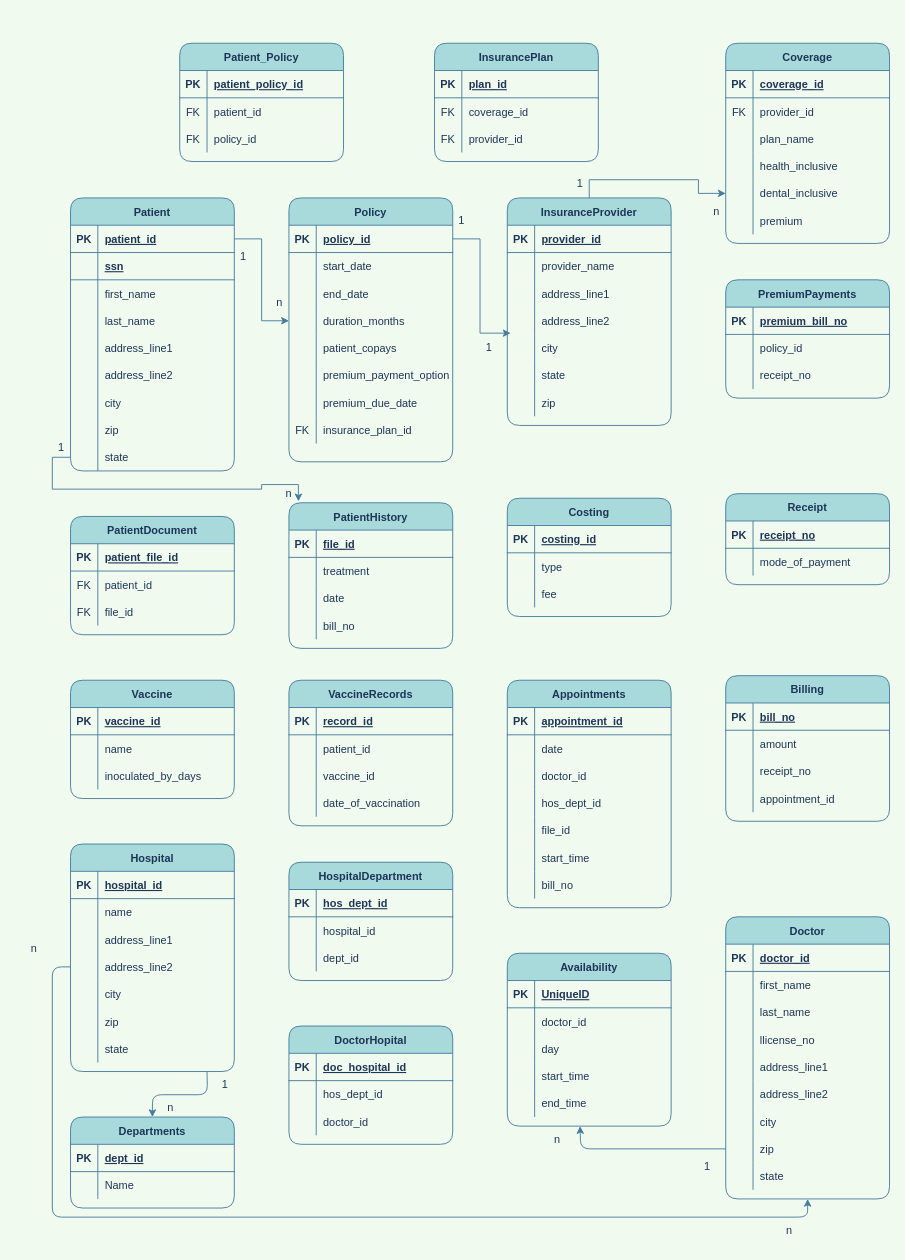
The draw.io diagram Untitled Diagram.drawio in pranotidhabu/java-practice, before the edit. Source tidied: cells renumbered, new cells numbered last; positions are measured from the earlier drawing's top-left corner, leaving out a move shared by most shapes. Both pictures are drawn from the tidied source at 91%, with x=0, y=0 at pixel (15, 43).
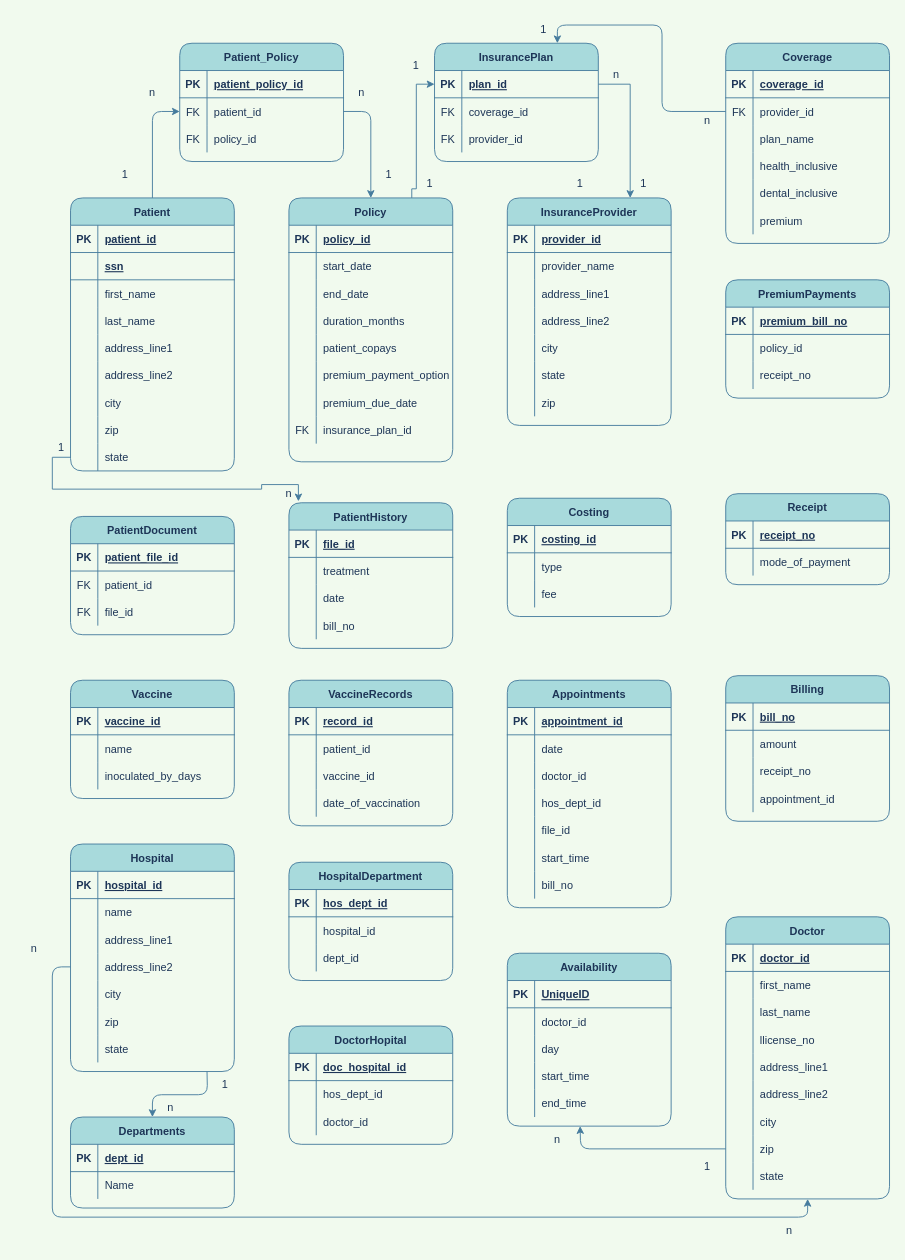
The same page after the edit.

Unchanged cells that the change refers to:
```xml
<mxCell id="2" value="Patient" style="shape=table;startSize=30;childLayout=tableLayout;rowLines=0;fontStyle=1;align=center;fillColor=#A8DADC;strokeColor=#457B9D;fontColor=#1D3557;rounded=1;" parent="1" vertex="1">
  <mxGeometry x="60" y="170" width="180" height="300" as="geometry" />
</mxCell>
<mxCell id="3" style="shape=tableRow;horizontal=0;startSize=0;swimlaneHead=0;swimlaneBody=0;fillColor=none;points=[[0,0.5],[1,0.5]];portConstraint=eastwest;top=0;left=0;right=0;bottom=1;strokeColor=#457B9D;fontColor=#1D3557;rounded=1;" parent="2" vertex="1">
  <mxGeometry y="30" width="180" height="30" as="geometry" />
</mxCell>
<mxCell id="34" style="shape=tableRow;horizontal=0;startSize=0;swimlaneHead=0;swimlaneBody=0;fillColor=none;points=[[0,0.5],[1,0.5]];portConstraint=eastwest;top=0;left=0;right=0;bottom=0;rounded=1;fontColor=#1D3557;strokeColor=#457B9D;" parent="30" vertex="1">
  <mxGeometry y="60" width="180" height="30" as="geometry" />
</mxCell>
<mxCell id="40" value="Policy" style="shape=table;startSize=30;childLayout=tableLayout;rowLines=0;fontStyle=1;align=center;rounded=1;fontColor=#1D3557;strokeColor=#457B9D;fillColor=#A8DADC;" parent="1" vertex="1">
  <mxGeometry x="300" y="170" width="180" height="290" as="geometry" />
</mxCell>
<mxCell id="41" style="shape=tableRow;horizontal=0;startSize=0;swimlaneHead=0;swimlaneBody=0;fillColor=none;points=[[0,0.5],[1,0.5]];portConstraint=eastwest;top=0;left=0;right=0;bottom=1;rounded=1;fontColor=#1D3557;strokeColor=#457B9D;" parent="40" vertex="1">
  <mxGeometry y="30" width="180" height="30" as="geometry" />
</mxCell>
<mxCell id="50" style="shape=tableRow;horizontal=0;startSize=0;swimlaneHead=0;swimlaneBody=0;fillColor=none;points=[[0,0.5],[1,0.5]];portConstraint=eastwest;top=0;left=0;right=0;bottom=0;rounded=1;fontColor=#1D3557;strokeColor=#457B9D;" parent="40" vertex="1">
  <mxGeometry y="120" width="180" height="30" as="geometry" />
</mxCell>
<mxCell id="65" value="InsurancePlan" style="shape=table;startSize=30;childLayout=tableLayout;rowLines=0;fontStyle=1;align=center;rounded=1;fontColor=#1D3557;strokeColor=#457B9D;fillColor=#A8DADC;" parent="1" vertex="1">
  <mxGeometry x="460" width="180" height="130" as="geometry" />
</mxCell>
<mxCell id="66" style="shape=tableRow;horizontal=0;startSize=0;swimlaneHead=0;swimlaneBody=0;fillColor=none;points=[[0,0.5],[1,0.5]];portConstraint=eastwest;top=0;left=0;right=0;bottom=1;rounded=1;fontColor=#1D3557;strokeColor=#457B9D;" parent="65" vertex="1">
  <mxGeometry y="30" width="180" height="30" as="geometry" />
</mxCell>
<mxCell id="79" style="shape=tableRow;horizontal=0;startSize=0;swimlaneHead=0;swimlaneBody=0;fillColor=none;points=[[0,0.5],[1,0.5]];portConstraint=eastwest;top=0;left=0;right=0;bottom=0;rounded=1;fontColor=#1D3557;strokeColor=#457B9D;" parent="75" vertex="1">
  <mxGeometry y="60" width="180" height="30" as="geometry" />
</mxCell>
<mxCell id="88" style="shape=tableRow;horizontal=0;startSize=0;swimlaneHead=0;swimlaneBody=0;fillColor=none;points=[[0,0.5],[1,0.5]];portConstraint=eastwest;top=0;left=0;right=0;bottom=0;rounded=1;fontColor=#1D3557;strokeColor=#457B9D;" parent="75" vertex="1">
  <mxGeometry y="150" width="180" height="30" as="geometry" />
</mxCell>
<mxCell id="95" value="InsuranceProvider" style="shape=table;startSize=30;childLayout=tableLayout;rowLines=0;fontStyle=1;align=center;rounded=1;fontColor=#1D3557;strokeColor=#457B9D;fillColor=#A8DADC;" parent="1" vertex="1">
  <mxGeometry x="540" y="170" width="180" height="250" as="geometry" />
</mxCell>
<mxCell id="108" style="shape=tableRow;horizontal=0;startSize=0;swimlaneHead=0;swimlaneBody=0;fillColor=none;points=[[0,0.5],[1,0.5]];portConstraint=eastwest;top=0;left=0;right=0;bottom=0;rounded=1;fontColor=#1D3557;strokeColor=#457B9D;" parent="95" vertex="1">
  <mxGeometry y="150" width="180" height="30" as="geometry" />
</mxCell>
<mxCell id="324" value="1" style="text;html=1;strokeColor=none;fillColor=none;align=center;verticalAlign=middle;whiteSpace=wrap;rounded=0;fontColor=#1D3557;" parent="1" vertex="1">
  <mxGeometry x="610" y="140" width="20" height="30" as="geometry" />
</mxCell>
```

The edit, as a diff of the source:
```diff
@@
+    <mxCell id="338" style="edgeStyle=orthogonalEdgeStyle;curved=0;rounded=1;jettySize=auto;html=1;exitX=0.5;exitY=0;exitDx=0;exitDy=0;entryX=0;entryY=0.5;entryDx=0;entryDy=0;fontColor=#1D3557;strokeColor=#457B9D;fillColor=#A8DADC;" parent="1" edge="1" source="2" target="34">
+      <mxGeometry relative="1" as="geometry" />
+    </mxCell>
@@
-    <mxCell id="94" style="edgeStyle=orthogonalEdgeStyle;rounded=0;jettySize=auto;html=1;exitX=0.5;exitY=0;exitDx=0;exitDy=0;entryX=0;entryY=0.5;entryDx=0;entryDy=0;labelBackgroundColor=#F1FAEE;strokeColor=#457B9D;fontColor=#1D3557;" parent="1" edge="1" source="95" target="88">
+    <mxCell id="94" style="edgeStyle=orthogonalEdgeStyle;rounded=0;jettySize=auto;html=1;exitX=1;exitY=0.5;exitDx=0;exitDy=0;entryX=0.75;entryY=0;entryDx=0;entryDy=0;labelBackgroundColor=#F1FAEE;strokeColor=#457B9D;fontColor=#1D3557;" parent="1" edge="1" source="66" target="95">
       <mxGeometry relative="1" as="geometry" />
     </mxCell>
@@
-    <mxCell id="318" style="edgeStyle=orthogonalEdgeStyle;rounded=0;jettySize=auto;html=1;exitX=1;exitY=0.5;exitDx=0;exitDy=0;labelBackgroundColor=#F1FAEE;strokeColor=#457B9D;fontColor=#1D3557;" parent="1" edge="1" source="3" target="50">
-      <mxGeometry relative="1" as="geometry" />
-    </mxCell>
-    <mxCell id="319" value="1" style="text;html=1;strokeColor=none;fillColor=none;align=center;verticalAlign=middle;whiteSpace=wrap;rounded=0;fontColor=#1D3557;" parent="1" vertex="1">
-      <mxGeometry x="240" y="220" width="20" height="30" as="geometry" />
-    </mxCell>
-    <mxCell id="320" value="n" style="text;html=1;strokeColor=none;fillColor=none;align=center;verticalAlign=middle;whiteSpace=wrap;rounded=0;fontColor=#1D3557;" parent="1" vertex="1">
-      <mxGeometry x="280" y="270" width="20" height="30" as="geometry" />
-    </mxCell>
-    <mxCell id="321" style="edgeStyle=orthogonalEdgeStyle;rounded=0;jettySize=auto;html=1;exitX=1;exitY=0.5;exitDx=0;exitDy=0;entryX=0.02;entryY=-0.047;entryDx=0;entryDy=0;entryPerimeter=0;labelBackgroundColor=#F1FAEE;strokeColor=#457B9D;fontColor=#1D3557;" parent="1" edge="1" source="41" target="108">
-      <mxGeometry relative="1" as="geometry" />
+    <mxCell id="321" style="edgeStyle=orthogonalEdgeStyle;rounded=0;jettySize=auto;html=1;exitX=0.75;exitY=0;exitDx=0;exitDy=0;entryX=0;entryY=0.5;entryDx=0;entryDy=0;labelBackgroundColor=#F1FAEE;strokeColor=#457B9D;fontColor=#1D3557;" parent="1" edge="1" source="40" target="66">
+      <mxGeometry relative="1" as="geometry">
+        <Array as="points">
+          <mxPoint x="435" y="160" />
+          <mxPoint x="440" y="160" />
+          <mxPoint x="440" y="45" />
+        </Array>
+      </mxGeometry>
     </mxCell>
-    <mxCell id="322" value="1" style="text;html=1;strokeColor=none;fillColor=none;align=center;verticalAlign=middle;whiteSpace=wrap;rounded=0;fontColor=#1D3557;" parent="1" vertex="1">
-      <mxGeometry x="480" y="180" width="20" height="30" as="geometry" />
-    </mxCell>
-    <mxCell id="323" value="1" style="text;html=1;strokeColor=none;fillColor=none;align=center;verticalAlign=middle;whiteSpace=wrap;rounded=0;fontColor=#1D3557;" parent="1" vertex="1">
-      <mxGeometry x="510" y="320" width="20" height="30" as="geometry" />
-    </mxCell>
+    <mxCell id="339" style="edgeStyle=orthogonalEdgeStyle;curved=0;rounded=1;jettySize=auto;html=1;exitX=1;exitY=1;exitDx=0;exitDy=0;entryX=0.5;entryY=0;entryDx=0;entryDy=0;fontColor=#1D3557;strokeColor=#457B9D;fillColor=#A8DADC;" parent="1" edge="1" source="324" target="95">
+      <mxGeometry relative="1" as="geometry" />
+    </mxCell>
@@
-    <mxCell id="325" value="n" style="text;html=1;strokeColor=none;fillColor=none;align=center;verticalAlign=middle;whiteSpace=wrap;rounded=0;fontColor=#1D3557;" parent="1" vertex="1">
-      <mxGeometry x="760" y="170" width="20" height="30" as="geometry" />
-    </mxCell>
@@
+    <mxCell id="340" value="1" style="text;html=1;strokeColor=none;fillColor=none;align=center;verticalAlign=middle;whiteSpace=wrap;rounded=0;fontColor=#1D3557;" parent="1" vertex="1">
+      <mxGeometry x="100" y="130" width="40" height="30" as="geometry" />
+    </mxCell>
+    <mxCell id="341" value="n" style="text;html=1;strokeColor=none;fillColor=none;align=center;verticalAlign=middle;whiteSpace=wrap;rounded=0;fontColor=#1D3557;" parent="1" vertex="1">
+      <mxGeometry x="130" y="40" width="40" height="30" as="geometry" />
+    </mxCell>
+    <mxCell id="342" style="edgeStyle=orthogonalEdgeStyle;curved=0;rounded=1;jettySize=auto;html=1;exitX=1;exitY=0.5;exitDx=0;exitDy=0;fontColor=#1D3557;strokeColor=#457B9D;fillColor=#A8DADC;" parent="1" edge="1" source="34" target="40">
+      <mxGeometry relative="1" as="geometry" />
+    </mxCell>
+    <mxCell id="343" value="n" style="text;html=1;strokeColor=none;fillColor=none;align=center;verticalAlign=middle;whiteSpace=wrap;rounded=0;fontColor=#1D3557;" parent="1" vertex="1">
+      <mxGeometry x="360" y="40" width="40" height="30" as="geometry" />
+    </mxCell>
+    <mxCell id="344" value="1" style="text;html=1;strokeColor=none;fillColor=none;align=center;verticalAlign=middle;whiteSpace=wrap;rounded=0;fontColor=#1D3557;" parent="1" vertex="1">
+      <mxGeometry x="390" y="130" width="40" height="30" as="geometry" />
+    </mxCell>
+    <mxCell id="345" value="1" style="text;html=1;strokeColor=none;fillColor=none;align=center;verticalAlign=middle;whiteSpace=wrap;rounded=0;fontColor=#1D3557;" parent="1" vertex="1">
+      <mxGeometry x="445" y="140" width="20" height="30" as="geometry" />
+    </mxCell>
+    <mxCell id="346" value="1" style="text;html=1;strokeColor=none;fillColor=none;align=center;verticalAlign=middle;whiteSpace=wrap;rounded=0;fontColor=#1D3557;" parent="1" vertex="1">
+      <mxGeometry x="430" y="10" width="20" height="30" as="geometry" />
+    </mxCell>
+    <mxCell id="347" value="n" style="text;html=1;strokeColor=none;fillColor=none;align=center;verticalAlign=middle;whiteSpace=wrap;rounded=0;fontColor=#1D3557;" parent="1" vertex="1">
+      <mxGeometry x="640" y="20" width="40" height="30" as="geometry" />
+    </mxCell>
+    <mxCell id="348" value="1" style="text;html=1;strokeColor=none;fillColor=none;align=center;verticalAlign=middle;whiteSpace=wrap;rounded=0;fontColor=#1D3557;" parent="1" vertex="1">
+      <mxGeometry x="680" y="140" width="20" height="30" as="geometry" />
+    </mxCell>
+    <mxCell id="349" style="edgeStyle=orthogonalEdgeStyle;curved=0;rounded=1;jettySize=auto;html=1;exitX=0;exitY=0.5;exitDx=0;exitDy=0;entryX=0.75;entryY=0;entryDx=0;entryDy=0;fontColor=#1D3557;strokeColor=#457B9D;fillColor=#A8DADC;" parent="1" edge="1" source="79" target="65">
+      <mxGeometry relative="1" as="geometry" />
+    </mxCell>
+    <mxCell id="350" value="1" style="text;html=1;strokeColor=none;fillColor=none;align=center;verticalAlign=middle;whiteSpace=wrap;rounded=0;fontColor=#1D3557;" parent="1" vertex="1">
+      <mxGeometry x="570" y="-30" width="20" height="30" as="geometry" />
+    </mxCell>
+    <mxCell id="351" value="n" style="text;html=1;strokeColor=none;fillColor=none;align=center;verticalAlign=middle;whiteSpace=wrap;rounded=0;fontColor=#1D3557;" parent="1" vertex="1">
+      <mxGeometry x="740" y="70" width="40" height="30" as="geometry" />
+    </mxCell>
```
